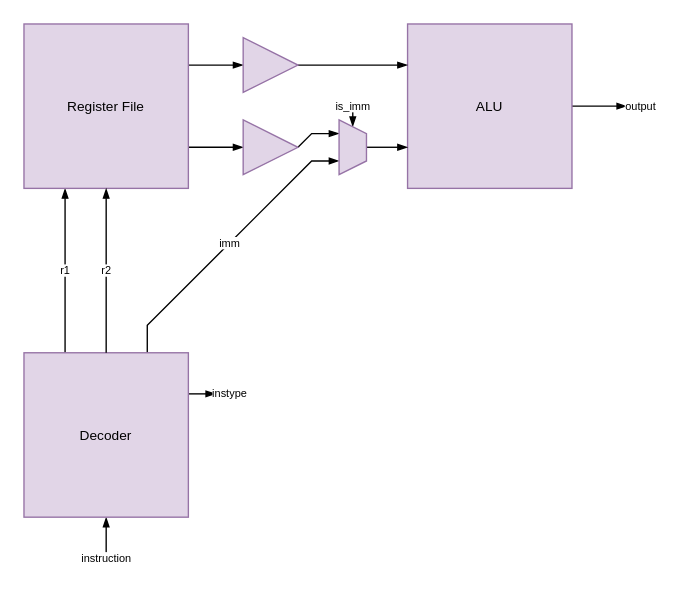
Above: RV32I_system.drawio in wptaylor/RV32I_piped (draw.io), before the change. Source tidied: cells renumbered, new cells numbered last; positions are measured from the earlier drawing's top-left corner, leaving out a move shared by most shapes. Both pictures are drawn from the tidied source at 137%, with x=0, y=0 at pixel (23, 23).
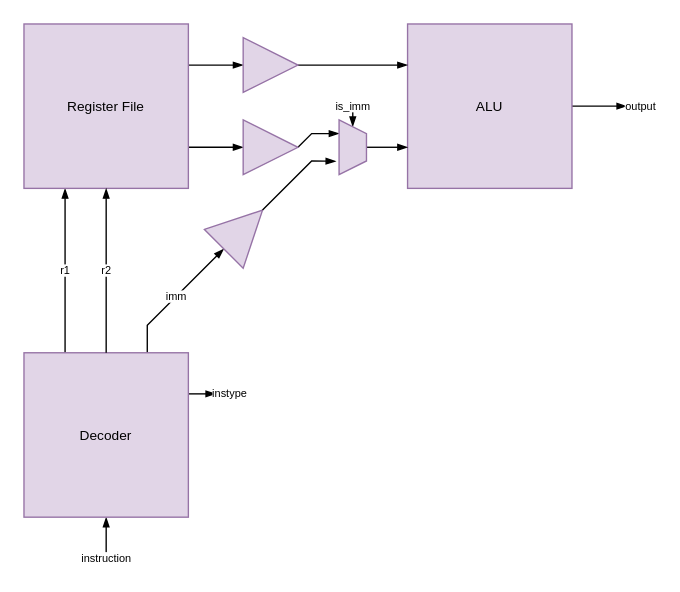
After the change.

The change refers to these unchanged cells:
```xml
<mxCell id="16" value="Decoder" style="whiteSpace=wrap;html=1;fillColor=#e1d5e7;strokeColor=#9673a6;fontSize=10;" parent="1" vertex="1">
  <mxGeometry y="240" width="120" height="120" as="geometry" />
</mxCell>
<mxCell id="20" style="shape=trapezoid;perimeter=trapezoidPerimeter;whiteSpace=wrap;html=1;fixedSize=1;strokeColor=#9673a6;align=center;verticalAlign=middle;fontFamily=Helvetica;fontSize=8;fontColor=default;labelBackgroundColor=default;fillColor=#e1d5e7;rotation=90;size=10;" parent="1" vertex="1">
  <mxGeometry x="220" y="80" width="40" height="20" as="geometry" />
</mxCell>
```

Diff of the diagram source:
```diff
@@
-    <mxCell id="15" value="imm" style="edgeStyle=none;curved=0;rounded=0;jettySize=auto;html=1;entryX=0.75;entryY=1;entryDx=0;entryDy=0;strokeColor=default;align=center;verticalAlign=middle;fontFamily=Helvetica;fontSize=8;fontColor=default;labelBackgroundColor=default;startSize=5;endArrow=blockThin;endFill=1;endSize=5;exitX=0.75;exitY=0;exitDx=0;exitDy=0;" parent="1" edge="1" source="16" target="20">
+    <mxCell id="15" value="imm" style="edgeStyle=none;rounded=0;jettySize=auto;html=1;entryX=0;entryY=0.5;entryDx=0;entryDy=0;strokeColor=default;align=center;verticalAlign=middle;fontFamily=Helvetica;fontSize=8;fontColor=default;labelBackgroundColor=default;startSize=5;endArrow=blockThin;endFill=1;endSize=5;exitX=0.75;exitY=0;exitDx=0;exitDy=0;" parent="1" edge="1" source="16" target="21">
       <mxGeometry relative="1" as="geometry">
         <Array as="points">
           <mxPoint x="90" y="220" />
-          <mxPoint x="210" y="100" />
         </Array>
       </mxGeometry>
     </mxCell>
@@
+    <mxCell id="21" style="triangle;whiteSpace=wrap;html=1;strokeColor=#9673a6;align=center;verticalAlign=middle;fontFamily=Helvetica;fontSize=10;fontColor=default;fillColor=#e1d5e7;rotation=135;direction=west;" parent="1" vertex="1">
+      <mxGeometry x="140" y="130" width="40" height="40" as="geometry" />
+    </mxCell>
+    <mxCell id="22" style="edgeStyle=none;rounded=0;jettySize=auto;html=1;entryX=0.755;entryY=1.117;entryDx=0;entryDy=0;entryPerimeter=0;strokeColor=default;align=center;verticalAlign=middle;fontFamily=Helvetica;fontSize=11;fontColor=default;labelBackgroundColor=default;startSize=5;endArrow=blockThin;endFill=1;endSize=5;exitX=1;exitY=0.5;exitDx=0;exitDy=0;" parent="1" edge="1" source="21" target="20">
+      <mxGeometry relative="1" as="geometry">
+        <Array as="points">
+          <mxPoint x="210" y="100" />
+        </Array>
+      </mxGeometry>
+    </mxCell>
```
